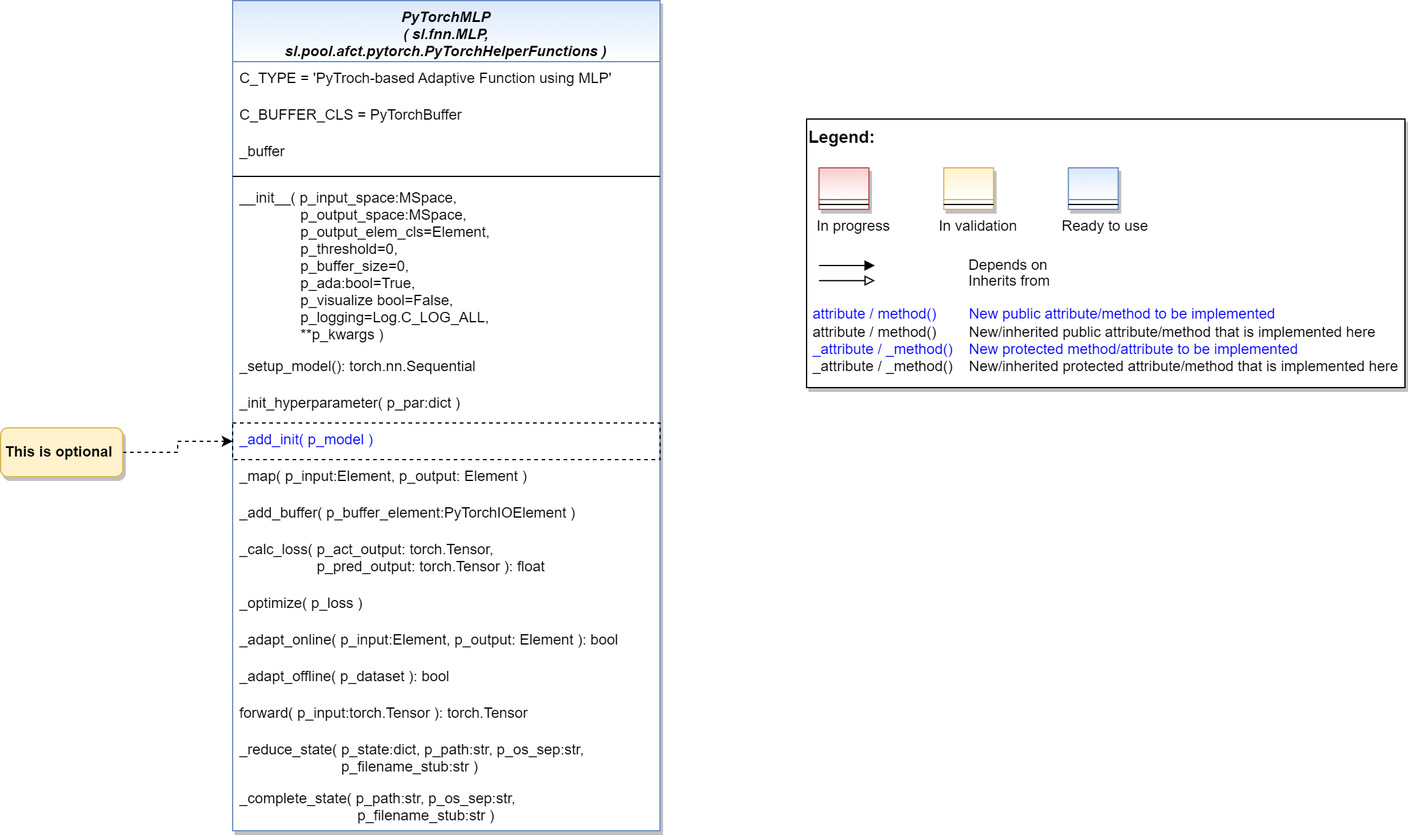
Earlier version of the draw.io export doc/rtd/content/04_appendices/appendix2/sub/pool/mlpro_sl/afct/images/MLPro-SL-pool-afct-fnn-pytorch_class_diagram.drawio.png (fhswf/MLPro). Source tidied: cells renumbered, new cells last; positions are measured from the earlier drawing's top-left corner, leaving out a move shared by most shapes.
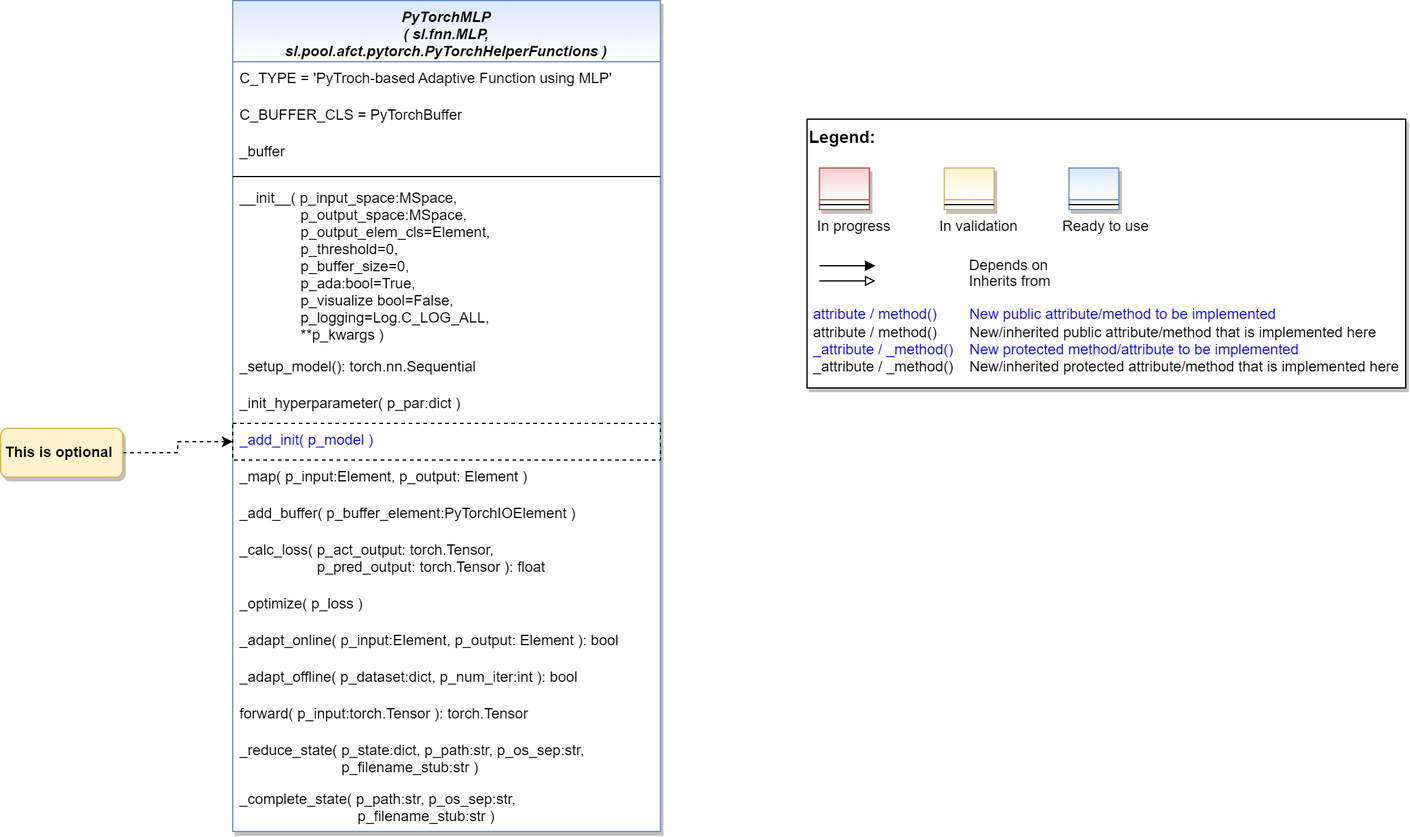
After the commit.

Commit message:
update class diagram #744

The edit, as a diff of the source:
```diff
@@ -85,7 +85,7 @@
     <mxCell id="25" value="_adapt_online( p_input:Element, p_output: Element ): bool" style="text;align=left;verticalAlign=top;spacingLeft=4;spacingRight=4;overflow=hidden;fontColor=#000000;" parent="12" vertex="1">
       <mxGeometry y="510" width="350" height="30" as="geometry" />
     </mxCell>
-    <mxCell id="26" value="_adapt_offline( p_dataset ): bool" style="text;align=left;verticalAlign=top;spacingLeft=4;spacingRight=4;overflow=hidden;fontColor=#000000;strokeColor=none;dashed=1;" parent="12" vertex="1">
+    <mxCell id="26" value="_adapt_offline( p_dataset:dict, p_num_iter:int ): bool" style="text;align=left;verticalAlign=top;spacingLeft=4;spacingRight=4;overflow=hidden;fontColor=#000000;strokeColor=none;dashed=1;" parent="12" vertex="1">
       <mxGeometry y="540" width="350" height="30" as="geometry" />
     </mxCell>
     <mxCell id="27" value="forward( p_input:torch.Tensor ): torch.Tensor" style="text;align=left;verticalAlign=top;spacingLeft=4;spacingRight=4;overflow=hidden;fontColor=#000000;" parent="12" vertex="1">
```
